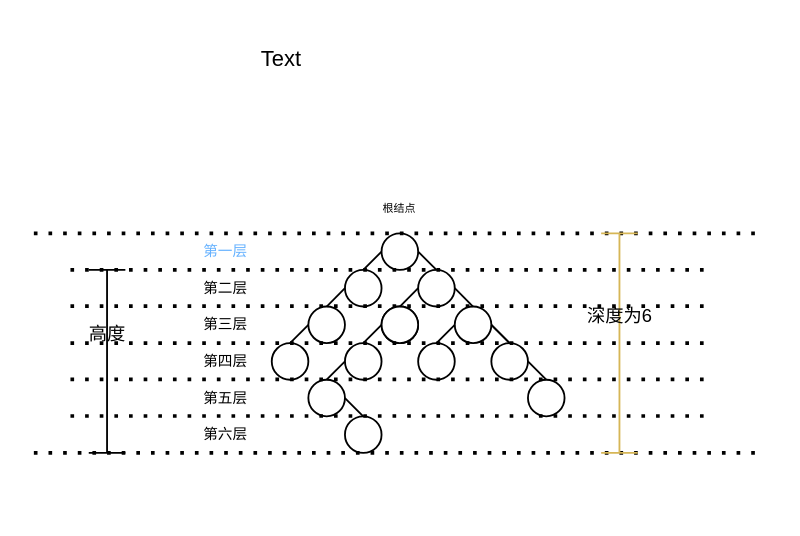
Earlier version of the draw.io diagram tree.drawio (lm-lan/document). Source tidied: cells renumbered, new cells numbered last; positions are measured from the earlier drawing's top-left corner, leaving out a move shared by most shapes. Both pictures are drawn from the tidied source at 183%, with x=0, y=0 at pixel (33, 31).
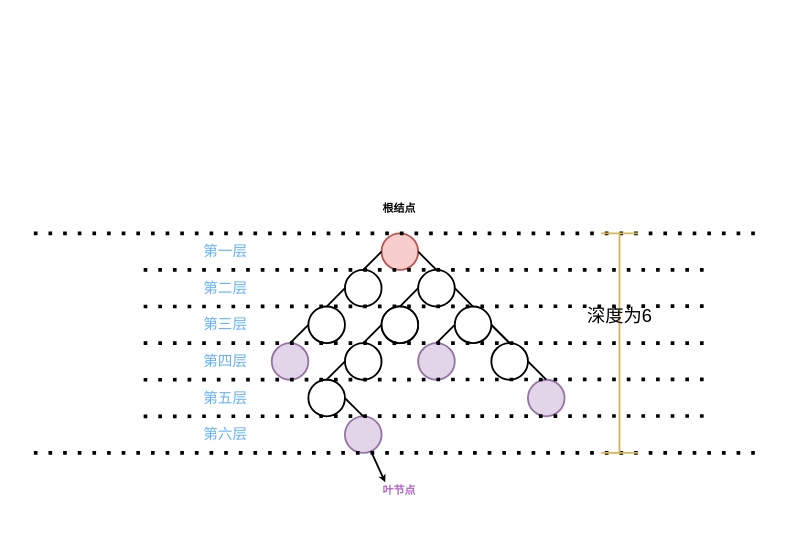
After the change.

Change to the diagram source:
```diff
@@
-    <mxCell id="2" style="ellipse;whiteSpace=wrap;html=1;" parent="1" vertex="1">
+    <mxCell id="2" style="ellipse;whiteSpace=wrap;html=1;fillColor=#f8cecc;strokeColor=#b85450;" parent="1" vertex="1">
       <mxGeometry x="190" y="110" width="20" height="20" as="geometry" />
     </mxCell>
@@
-    <mxCell id="6" style="ellipse;whiteSpace=wrap;html=1;" parent="1" vertex="1">
+    <mxCell id="6" style="ellipse;whiteSpace=wrap;html=1;fillColor=#e1d5e7;strokeColor=#9673a6;" parent="1" vertex="1">
       <mxGeometry x="130" y="170" width="20" height="20" as="geometry" />
     </mxCell>
@@
-    <mxCell id="11" style="ellipse;whiteSpace=wrap;html=1;" parent="1" vertex="1">
+    <mxCell id="11" style="ellipse;whiteSpace=wrap;html=1;fillColor=#e1d5e7;strokeColor=#9673a6;" parent="1" vertex="1">
       <mxGeometry x="170" y="210" width="20" height="20" as="geometry" />
     </mxCell>
@@
-    <mxCell id="14" style="ellipse;whiteSpace=wrap;html=1;" parent="1" vertex="1">
+    <mxCell id="14" style="ellipse;whiteSpace=wrap;html=1;fillColor=#e1d5e7;strokeColor=#9673a6;" parent="1" vertex="1">
       <mxGeometry x="210" y="170" width="20" height="20" as="geometry" />
     </mxCell>
-    <mxCell id="15" style="ellipse;whiteSpace=wrap;html=1;" parent="1" vertex="1">
+    <mxCell id="15" style="ellipse;whiteSpace=wrap;html=1;fillColor=#e1d5e7;strokeColor=#9673a6;" parent="1" vertex="1">
       <mxGeometry x="270" y="190" width="20" height="20" as="geometry" />
     </mxCell>
@@
-    <mxCell id="25" style="endArrow=none;html=1;rounded=0;entryX=0;entryY=0.5;entryDx=0;entryDy=0;" parent="1" edge="1">
-      <mxGeometry relative="1" as="geometry">
-        <mxPoint x="180" y="210" as="sourcePoint" />
-        <mxPoint x="170" y="200" as="targetPoint" />
-      </mxGeometry>
-    </mxCell>
@@
-    <mxCell id="29" value="&lt;font style=&quot;font-size: 6px;&quot;&gt;根结点&lt;/font&gt;" style="text;html=1;align=center;verticalAlign=middle;whiteSpace=wrap;rounded=0;" parent="1" vertex="1">
+    <mxCell id="29" value="&lt;font style=&quot;font-size: 6px;&quot;&gt;根结点&lt;/font&gt;" style="text;html=1;align=center;verticalAlign=middle;whiteSpace=wrap;rounded=0;fontStyle=1;" parent="1" vertex="1">
       <mxGeometry x="185" y="90" width="30" height="10" as="geometry" />
     </mxCell>
@@
-    <mxCell id="32" style="shape=crossbar;whiteSpace=wrap;html=1;rounded=1;direction=south;" parent="1" vertex="1">
-      <mxGeometry x="30" y="130" width="20" height="100" as="geometry" />
-    </mxCell>
-    <mxCell id="33" value="&lt;font style=&quot;font-size: 10px;&quot;&gt;高度&lt;/font&gt;" style="text;html=1;align=center;verticalAlign=middle;strokeColor=none;fillColor=none;" parent="1" vertex="1">
-      <mxGeometry x="20" y="150" width="40" height="30" as="geometry" />
-    </mxCell>
@@
     <mxCell id="36" style="endArrow=none;dashed=1;html=1;dashPattern=1 3;strokeWidth=2;rounded=0;" parent="1" edge="1">
       <mxGeometry relative="1" as="geometry">
-        <mxPoint x="20" y="130" as="sourcePoint" />
+        <mxPoint x="60" y="130" as="sourcePoint" />
         <mxPoint x="371" y="130" as="targetPoint" />
       </mxGeometry>
     </mxCell>
     <mxCell id="37" style="endArrow=none;dashed=1;html=1;dashPattern=1 3;strokeWidth=2;rounded=0;" parent="1" edge="1">
       <mxGeometry relative="1" as="geometry">
-        <mxPoint x="20" y="149.8" as="sourcePoint" />
+        <mxPoint x="60" y="150" as="sourcePoint" />
         <mxPoint x="371" y="149.8" as="targetPoint" />
       </mxGeometry>
     </mxCell>
     <mxCell id="38" style="endArrow=none;dashed=1;html=1;dashPattern=1 3;strokeWidth=2;rounded=0;" parent="1" edge="1">
       <mxGeometry relative="1" as="geometry">
-        <mxPoint x="20" y="170" as="sourcePoint" />
+        <mxPoint x="60" y="170" as="sourcePoint" />
         <mxPoint x="371" y="170" as="targetPoint" />
       </mxGeometry>
     </mxCell>
     <mxCell id="39" style="endArrow=none;dashed=1;html=1;dashPattern=1 3;strokeWidth=2;rounded=0;" parent="1" edge="1">
       <mxGeometry relative="1" as="geometry">
-        <mxPoint x="20" y="209.8" as="sourcePoint" />
+        <mxPoint x="60" y="210" as="sourcePoint" />
         <mxPoint x="371" y="209.8" as="targetPoint" />
       </mxGeometry>
     </mxCell>
     <mxCell id="40" style="endArrow=none;dashed=1;html=1;dashPattern=1 3;strokeWidth=2;rounded=0;" parent="1" edge="1">
       <mxGeometry relative="1" as="geometry">
-        <mxPoint x="20" y="189.8" as="sourcePoint" />
+        <mxPoint x="60" y="190" as="sourcePoint" />
         <mxPoint x="371" y="189.8" as="targetPoint" />
       </mxGeometry>
     </mxCell>
-    <mxCell id="41" value="Text" style="text;html=1;align=center;verticalAlign=middle;strokeColor=none;fillColor=none;" parent="1" vertex="1">
-      <mxGeometry x="110" width="50" height="30" as="geometry" />
-    </mxCell>
@@
-    <mxCell id="43" value="第二层" style="text;html=1;align=center;verticalAlign=middle;whiteSpace=wrap;rounded=0;fontSize=8;" parent="1" vertex="1">
+    <mxCell id="43" value="第二层" style="text;html=1;align=center;verticalAlign=middle;whiteSpace=wrap;rounded=0;fontSize=8;fontColor=#66B2FF;" parent="1" vertex="1">
       <mxGeometry x="80" y="135" width="50" height="10" as="geometry" />
     </mxCell>
-    <mxCell id="44" value="第三层" style="text;html=1;align=center;verticalAlign=middle;whiteSpace=wrap;rounded=0;fontSize=8;" parent="1" vertex="1">
+    <mxCell id="44" value="第三层" style="text;html=1;align=center;verticalAlign=middle;whiteSpace=wrap;rounded=0;fontSize=8;fontColor=#66B2FF;" parent="1" vertex="1">
       <mxGeometry x="80" y="155" width="50" height="10" as="geometry" />
     </mxCell>
-    <mxCell id="45" value="第四层" style="text;html=1;align=center;verticalAlign=middle;whiteSpace=wrap;rounded=0;fontSize=8;" parent="1" vertex="1">
+    <mxCell id="45" value="第四层" style="text;html=1;align=center;verticalAlign=middle;whiteSpace=wrap;rounded=0;fontSize=8;labelBackgroundColor=default;fontColor=#66B2FF;" parent="1" vertex="1">
       <mxGeometry x="80" y="175" width="50" height="10" as="geometry" />
     </mxCell>
-    <mxCell id="46" value="第五层" style="text;html=1;align=center;verticalAlign=middle;whiteSpace=wrap;rounded=0;fontSize=8;" parent="1" vertex="1">
+    <mxCell id="46" value="第五层" style="text;html=1;align=center;verticalAlign=middle;whiteSpace=wrap;rounded=0;fontSize=8;fontColor=#66B2FF;" parent="1" vertex="1">
       <mxGeometry x="80" y="195" width="50" height="10" as="geometry" />
     </mxCell>
-    <mxCell id="47" value="第六层" style="text;html=1;align=center;verticalAlign=middle;whiteSpace=wrap;rounded=0;fontSize=8;" parent="1" vertex="1">
+    <mxCell id="47" value="第六层" style="text;html=1;align=center;verticalAlign=middle;whiteSpace=wrap;rounded=0;fontSize=8;fontColor=#66B2FF;" parent="1" vertex="1">
       <mxGeometry x="80" y="215" width="50" height="10" as="geometry" />
     </mxCell>
+    <mxCell id="48" style="endArrow=classic;html=1;rounded=0;endSize=1;" parent="1" edge="1" source="11">
+      <mxGeometry relative="1" as="geometry">
+        <mxPoint x="192" y="246" as="targetPoint" />
+      </mxGeometry>
+    </mxCell>
+    <mxCell id="49" value="&lt;font style=&quot;font-size: 6px;&quot;&gt;叶节点&lt;/font&gt;" style="text;html=1;align=center;verticalAlign=middle;whiteSpace=wrap;rounded=0;fontStyle=1;fillColor=none;strokeColor=none;fontColor=#b063c5;" parent="1" vertex="1">
+      <mxGeometry x="170" y="239" width="60" height="20" as="geometry" />
+    </mxCell>
+    <mxCell id="50" style="endArrow=none;html=1;rounded=0;entryX=0;entryY=0.5;entryDx=0;entryDy=0;" parent="1" edge="1">
+      <mxGeometry relative="1" as="geometry">
+        <mxPoint x="180" y="210" as="sourcePoint" />
+        <mxPoint x="170" y="200" as="targetPoint" />
+      </mxGeometry>
+    </mxCell>
```
